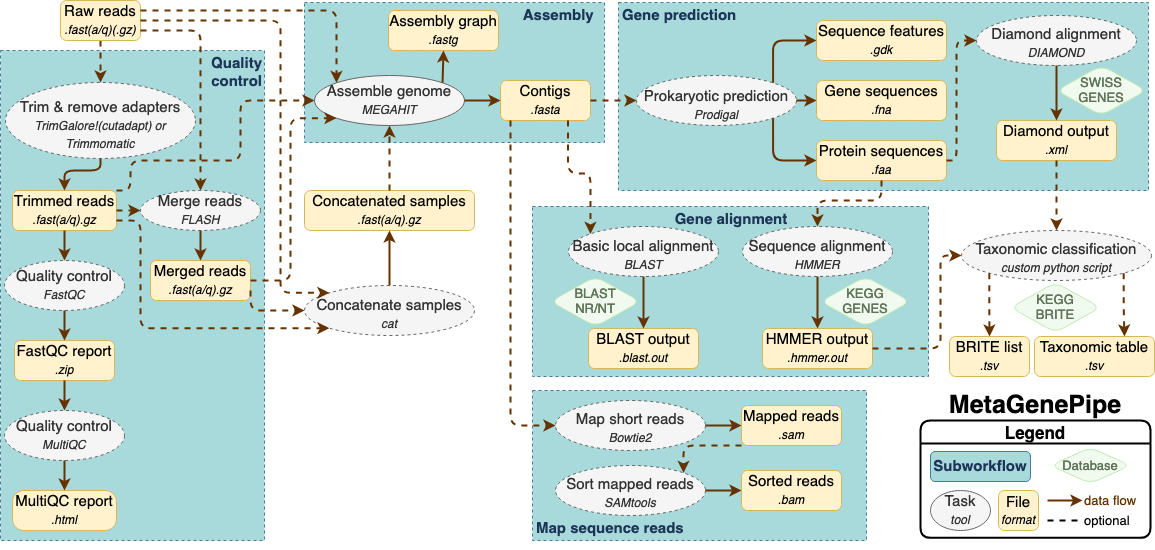
The draw.io diagram logo/MetaGenePipe.drawio.png in ParkvilleData/MetaGenePipe, before a commit. Source tidied: cells renumbered, new cells last; positions are measured from the earlier drawing's top-left corner, leaving out a move shared by most shapes.
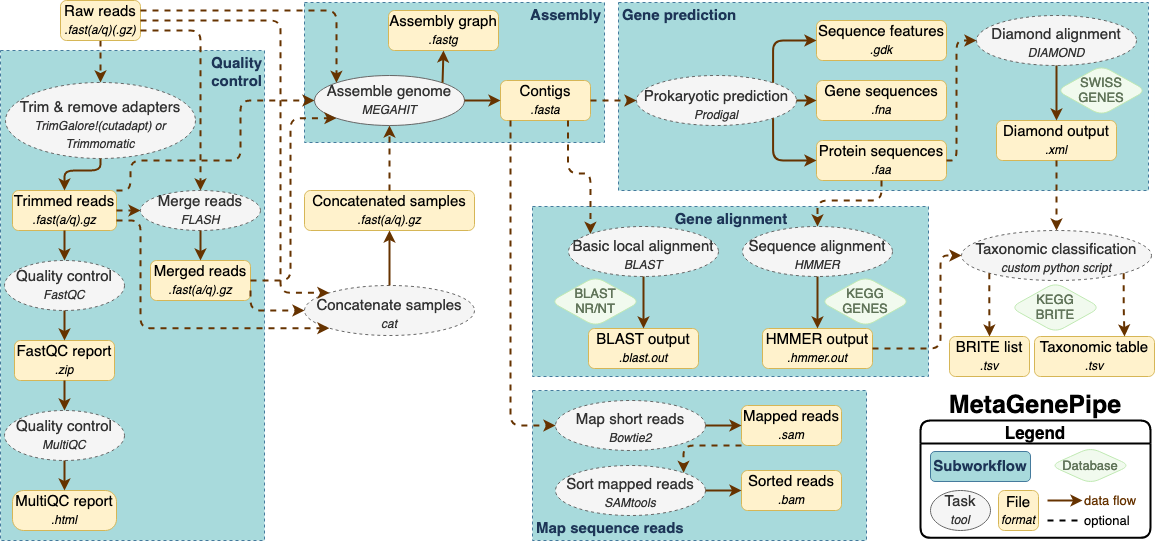
The same file after the commit.

Commit message:
updated workflow diagram

What changed in the source:
```diff
@@ -167,7 +167,7 @@
     <mxCell id="57" style="edgeStyle=orthogonalEdgeStyle;rounded=1;jettySize=auto;html=1;exitX=0.5;exitY=1;exitDx=0;exitDy=0;strokeWidth=2;strokeColor=#663300;" parent="46" edge="1" source="40" target="41">
       <mxGeometry relative="1" as="geometry" />
     </mxCell>
-    <mxCell id="58" value="&lt;b style=&quot;font-size: 15px&quot;&gt;&amp;nbsp; Assembly&amp;nbsp;&amp;nbsp;&lt;br style=&quot;font-size: 15px&quot;&gt;&lt;/b&gt;" style="whiteSpace=wrap;html=1;rounded=0;sketch=0;fontColor=#1D3557;strokeColor=#457B9D;fillColor=#A8DADC;verticalAlign=top;fontSize=15;align=right;spacingTop=-2;dashed=1;" parent="46" vertex="1">
+    <mxCell id="58" value="&lt;b style=&quot;font-size: 15px&quot;&gt;&amp;nbsp; Assembly&lt;br style=&quot;font-size: 15px&quot;&gt;&lt;/b&gt;" style="whiteSpace=wrap;html=1;rounded=0;sketch=0;fontColor=#1D3557;strokeColor=#457B9D;fillColor=#A8DADC;verticalAlign=top;fontSize=15;align=right;spacingTop=-2;dashed=1;spacingLeft=0;spacingRight=1;" parent="46" vertex="1">
       <mxGeometry x="304" y="2" width="300" height="140" as="geometry" />
     </mxCell>
     <mxCell id="59" value="&lt;font&gt;Assemble genome&lt;br&gt;&lt;i&gt;&lt;font style=&quot;font-size: 12px&quot;&gt;MEGAHIT&lt;/font&gt;&lt;/i&gt;&lt;br style=&quot;font-size: 15px&quot;&gt;&lt;/font&gt;" style="ellipse;rounded=1;whiteSpace=wrap;html=1;sketch=0;fontColor=#333333;strokeColor=#666666;fillColor=#f5f5f5;verticalAlign=middle;fontSize=15;" parent="46" vertex="1">
```
